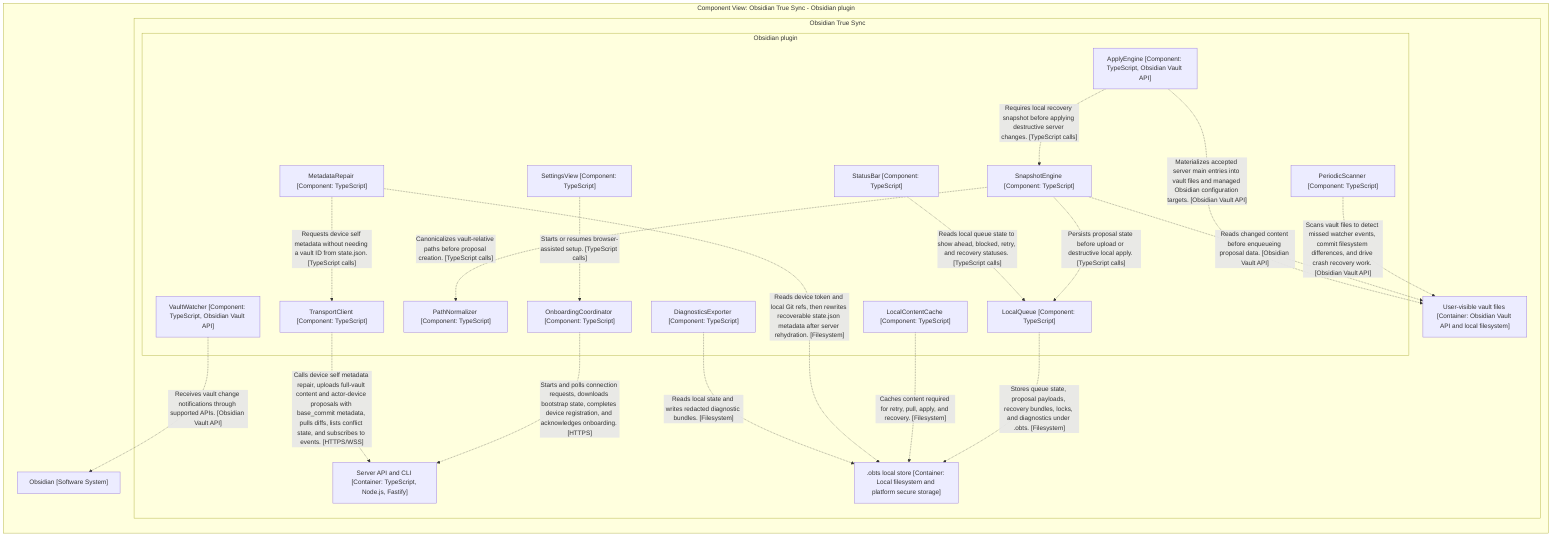
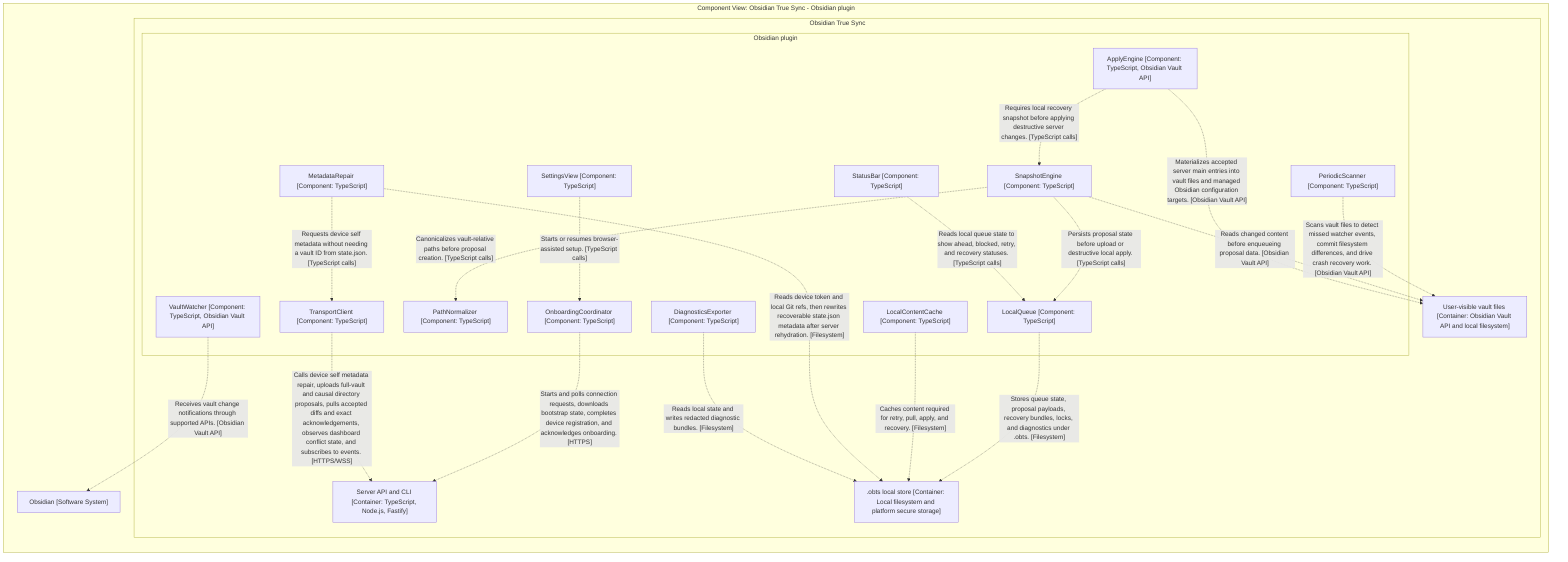
graph LR

  subgraph diagram ["Component View: Obsidian True Sync - Obsidian plugin"]

    4["Obsidian [Software System]"]

    subgraph 6 ["Obsidian True Sync"]

      subgraph 31 ["Obsidian plugin"]

        32["SettingsView [Component: TypeScript]"]
        33["OnboardingCoordinator [Component: TypeScript]"]
        34["StatusBar [Component: TypeScript]"]
        35["VaultWatcher [Component: TypeScript, Obsidian Vault API]"]
        36["PeriodicScanner [Component: TypeScript]"]
        37["PathNormalizer [Component: TypeScript]"]
        38["SnapshotEngine [Component: TypeScript]"]
        39["LocalQueue [Component: TypeScript]"]
        40["LocalContentCache [Component: TypeScript]"]
        41["MetadataRepair [Component: TypeScript]"]
        42["TransportClient [Component: TypeScript]"]
        43["ApplyEngine [Component: TypeScript, Obsidian Vault API]"]
        44["DiagnosticsExporter [Component: TypeScript]"]
      end

      45["User-visible vault files [Container: Obsidian Vault API and local filesystem]"]
      46[".obts local store [Container: Local filesystem and platform secure storage]"]
      7["Server API and CLI [Container: TypeScript, Node.js, Fastify]"]
    end

    32-. "Starts or resumes browser-assisted setup. [TypeScript calls]" .->33
    33-. "Starts and polls connection requests, downloads bootstrap state, completes device registration, and acknowledges onboarding. [HTTPS]" .->7
    35-. "Receives vault change notifications through supported APIs. [Obsidian Vault API]" .->4
    36-. "Scans vault files to detect missed watcher events, commit filesystem differences, and drive crash recovery work. [Obsidian Vault API]" .->45
    38-. "Canonicalizes vault-relative paths before proposal creation. [TypeScript calls]" .->37
    38-. "Reads changed content before enqueueing proposal data. [Obsidian Vault API]" .->45
    38-. "Persists proposal state before upload or destructive local apply. [TypeScript calls]" .->39
    39-. "Stores queue state, proposal payloads, recovery bundles, locks, and diagnostics under .obts. [Filesystem]" .->46
    40-. "Caches content required for retry, pull, apply, and recovery. [Filesystem]" .->46
    41-. "Reads device token and local Git refs, then rewrites recoverable state.json metadata after server rehydration. [Filesystem]" .->46
    41-. "Requests device self metadata without needing a vault ID from state.json. [TypeScript calls]" .->42
-     42-. "Calls device self metadata repair, uploads full-vault content and actor-device proposals with base_commit metadata, pulls diffs, lists conflict state, and subscribes to events. [HTTPS/WSS]" .->7
+     42-. "Calls device self metadata repair, uploads full-vault and causal directory proposals, pulls accepted diffs and exact acknowledgements, observes dashboard conflict state, and subscribes to events. [HTTPS/WSS]" .->7
    43-. "Requires local recovery snapshot before applying destructive server changes. [TypeScript calls]" .->38
    43-. "Materializes accepted server main entries into vault files and managed Obsidian configuration targets. [Obsidian Vault API]" .->45
    34-. "Reads local queue state to show ahead, blocked, retry, and recovery statuses. [TypeScript calls]" .->39
    44-. "Reads local state and writes redacted diagnostic bundles. [Filesystem]" .->46

  end
